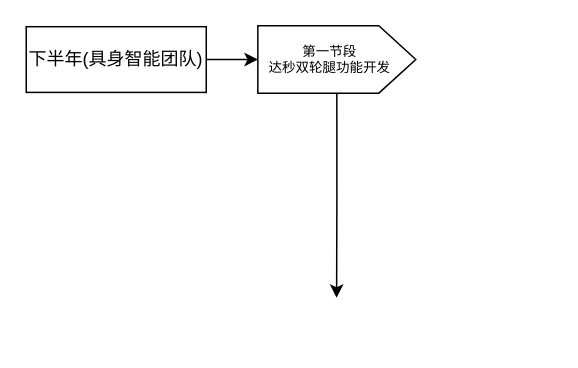
This is WorkSpace/ObjectTrack/2025年述职.drawio from mailonghua/drawio, a draw.io file, before an edit. Source tidied: cells renumbered, new cells numbered last; positions are measured from the earlier drawing's top-left corner, leaving out a move shared by most shapes. Both pictures are drawn from the tidied source at 150%, with x=0, y=0 at pixel (26, -21).
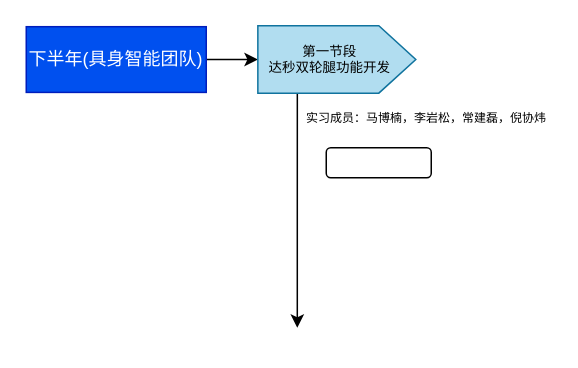
After the change.

Commit message (it also covers changes not shown here):
更新2025年述职.drawio

Change to the diagram source:
```diff
@@
 <mxGraphModel>
   <root>
     <mxCell id="0" />
     <mxCell id="1" parent="0" />
     <mxCell id="2" style="edgeStyle=orthogonalEdgeStyle;rounded=0;jettySize=auto;html=1;exitX=1;exitY=0.5;exitDx=0;exitDy=0;entryX=0.5;entryY=0;entryDx=0;entryDy=0;" parent="1" edge="1" source="3" target="5">
       <mxGeometry relative="1" as="geometry" />
     </mxCell>
-    <mxCell id="3" value="下半年(具身智能团队)" style="rounded=0;whiteSpace=wrap;html=1;" parent="1" vertex="1">
+    <mxCell id="3" value="下半年(具身智能团队)" style="rounded=0;whiteSpace=wrap;html=1;fillColor=#0050ef;fontColor=#ffffff;strokeColor=#001DBC;" parent="1" vertex="1">
       <mxGeometry y="31.3" width="120" height="43.8" as="geometry" />
     </mxCell>
-    <mxCell id="4" style="edgeStyle=orthogonalEdgeStyle;rounded=0;jettySize=auto;html=1;exitX=0;exitY=0.5;exitDx=0;exitDy=0;" parent="1" edge="1" source="5">
-      <mxGeometry relative="1" as="geometry">
-        <mxPoint x="206.9" y="212" as="targetPoint" />
-      </mxGeometry>
-    </mxCell>
+    <mxCell id="7" style="edgeStyle=orthogonalEdgeStyle;rounded=0;jettySize=auto;html=1;exitX=0;exitY=0.25;exitDx=0;exitDy=0;" parent="1" edge="1" source="5">
+      <mxGeometry relative="1" as="geometry">
+        <mxPoint x="180.7" y="232" as="targetPoint" />
+      </mxGeometry>
+    </mxCell>
-    <mxCell id="5" style="verticalLabelPosition=bottom;verticalAlign=top;html=1;shape=offPageConnector;rounded=0;size=0.23413869420877945;rotation=-90;" parent="1" vertex="1">
+    <mxCell id="5" style="verticalLabelPosition=bottom;verticalAlign=top;html=1;shape=offPageConnector;rounded=0;size=0.23413869420877945;rotation=-90;fillColor=#b1ddf0;strokeColor=#10739e;" parent="1" vertex="1">
       <mxGeometry x="184.6" y="0.5" width="44.9" height="105.3" as="geometry" />
     </mxCell>
     <mxCell id="6" value="第一节段&lt;br&gt;达秒双轮腿功能开发" style="text;html=1;whiteSpace=wrap;strokeColor=none;fillColor=none;align=center;verticalAlign=middle;rounded=0;fontSize=9;" parent="1" vertex="1">
       <mxGeometry x="160" y="38.2" width="85.2" height="30" as="geometry" />
     </mxCell>
+    <mxCell id="8" value="实习成员：马博楠，李岩松，常建磊，倪协炜" style="text;html=1;whiteSpace=wrap;strokeColor=none;fillColor=none;align=left;verticalAlign=middle;rounded=0;fontSize=8;" parent="1" vertex="1">
+      <mxGeometry x="184.6" y="82" width="165.4" height="20" as="geometry" />
+    </mxCell>
+    <mxCell id="9" style="rounded=1;whiteSpace=wrap;html=1;" parent="1" vertex="1">
+      <mxGeometry x="200" y="112" width="70" height="20" as="geometry" />
+    </mxCell>
   </root>
 </mxGraphModel>
```
